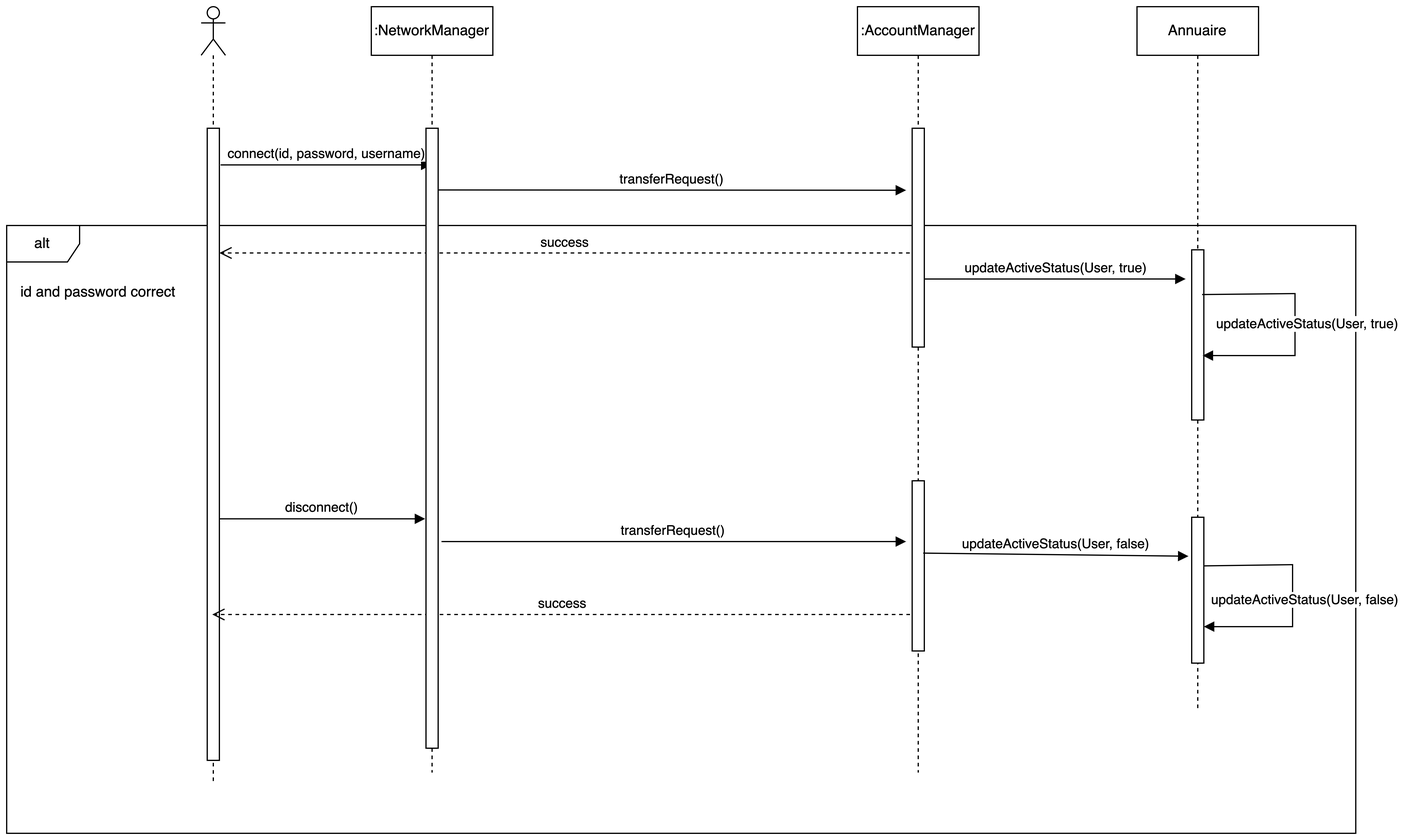
mousssse/ChatApp keeps this draw.io diagram as Conception/Sequence Diagrams/Connection and disconnection.png. Above is the earlier version. Source tidied: cells renumbered, new cells last; positions are measured from the earlier drawing's top-left corner, leaving out a move shared by most shapes.
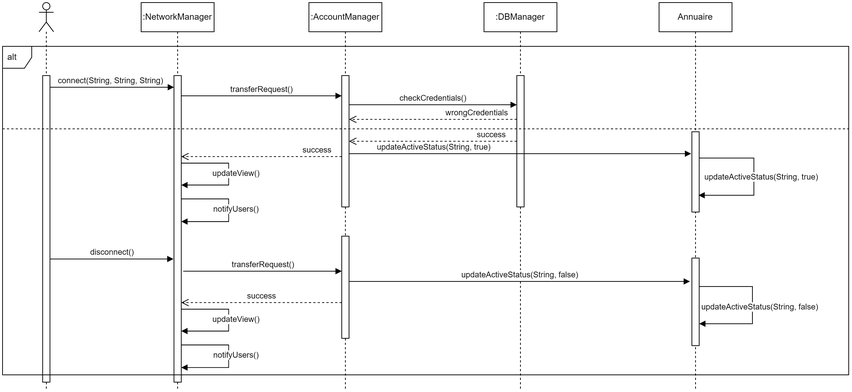
The same diagram one commit later.

What changed in the source:
```diff
@@ -2,94 +2,164 @@
   <root>
     <mxCell id="0" />
     <mxCell id="1" parent="0" />
-    <mxCell id="2" value="alt" style="shape=umlFrame;whiteSpace=wrap;html=1;" parent="1" vertex="1">
-      <mxGeometry y="180" width="1110" height="500" as="geometry" />
-    </mxCell>
     <mxCell id="3" style="shape=umlLifeline;participant=umlActor;perimeter=lifelinePerimeter;whiteSpace=wrap;html=1;verticalAlign=top;spacingTop=36;outlineConnect=0;" parent="1" vertex="1">
-      <mxGeometry x="160" width="20" height="640" as="geometry" />
+      <mxGeometry x="80" y="-10" width="20" height="530" as="geometry" />
     </mxCell>
     <mxCell id="4" style="html=1;points=[];perimeter=orthogonalPerimeter;" parent="3" vertex="1">
-      <mxGeometry x="5" y="100" width="10" height="520" as="geometry" />
+      <mxGeometry x="5" y="100" width="10" height="420" as="geometry" />
     </mxCell>
     <mxCell id="5" value=":AccountManager" style="shape=umlLifeline;perimeter=lifelinePerimeter;whiteSpace=wrap;html=1;" parent="1" vertex="1">
-      <mxGeometry x="700" width="100" height="630" as="geometry" />
+      <mxGeometry x="450" y="-10" width="100" height="530" as="geometry" />
     </mxCell>
     <mxCell id="6" style="html=1;points=[];perimeter=orthogonalPerimeter;" parent="5" vertex="1">
       <mxGeometry x="45" y="100" width="10" height="180" as="geometry" />
     </mxCell>
     <mxCell id="7" style="html=1;points=[];perimeter=orthogonalPerimeter;" parent="5" vertex="1">
-      <mxGeometry x="45" y="390" width="10" height="140" as="geometry" />
+      <mxGeometry x="45" y="320" width="10" height="140" as="geometry" />
     </mxCell>
-    <mxCell id="8" value="connect(id, password, username)" style="html=1;verticalAlign=bottom;endArrow=block;rounded=0;exitX=1.1;exitY=0.058;exitDx=0;exitDy=0;exitPerimeter=0;" parent="1" edge="1" source="4" target="20">
-      <mxGeometry relative="1" as="geometry" />
+    <mxCell id="8" value="connect(String, String, String)" style="html=1;verticalAlign=bottom;endArrow=block;rounded=0;" parent="1" edge="1">
+      <mxGeometry x="-0.03" relative="1" as="geometry">
+        <mxPoint x="95" y="106" as="sourcePoint" />
+        <mxPoint x="265" y="106" as="targetPoint" />
+      </mxGeometry>
     </mxCell>
-    <mxCell id="9" value="id and password correct" style="text;html=1;align=center;verticalAlign=middle;strokeColor=none;fillColor=none;" parent="1" vertex="1">
-      <mxGeometry y="220" width="150" height="30" as="geometry" />
-    </mxCell>
-    <mxCell id="10" value="updateActiveStatus(User, true)" style="html=1;verticalAlign=bottom;endArrow=block;rounded=0;exitX=1;exitY=0.689;exitDx=0;exitDy=0;exitPerimeter=0;" parent="1" edge="1" source="6">
-      <mxGeometry relative="1" as="geometry">
-        <mxPoint x="970" y="224" as="targetPoint" />
-      </mxGeometry>
-    </mxCell>
     <mxCell id="11" value="Annuaire" style="shape=umlLifeline;perimeter=lifelinePerimeter;whiteSpace=wrap;html=1;" parent="1" vertex="1">
-      <mxGeometry x="930" width="100" height="580" as="geometry" />
+      <mxGeometry x="930" y="-10" width="100" height="530" as="geometry" />
     </mxCell>
     <mxCell id="12" style="html=1;points=[];perimeter=orthogonalPerimeter;" parent="11" vertex="1">
-      <mxGeometry x="45" y="200" width="10" height="140" as="geometry" />
+      <mxGeometry x="45" y="177" width="10" height="110" as="geometry" />
     </mxCell>
-    <mxCell id="13" value="updateActiveStatus(User, true)" style="html=1;verticalAlign=bottom;endArrow=block;rounded=0;exitX=0.858;exitY=0.263;exitDx=0;exitDy=0;exitPerimeter=0;" parent="11" edge="1" source="12">
+    <mxCell id="13" value="updateActiveStatus(String, true)" style="html=1;verticalAlign=bottom;endArrow=block;rounded=0;" parent="11" edge="1" source="12">
       <mxGeometry x="0.09" y="10" relative="1" as="geometry">
-        <mxPoint x="54" y="287" as="targetPoint" />
+        <mxPoint x="54" y="264" as="targetPoint" />
         <Array as="points">
-          <mxPoint x="130" y="236" />
-          <mxPoint x="130" y="287" />
+          <mxPoint x="130" y="213" />
+          <mxPoint x="130" y="264" />
         </Array>
       </mxGeometry>
     </mxCell>
     <mxCell id="14" style="html=1;points=[];perimeter=orthogonalPerimeter;" parent="11" vertex="1">
-      <mxGeometry x="45" y="420" width="10" height="120" as="geometry" />
+      <mxGeometry x="45" y="350" width="10" height="120" as="geometry" />
     </mxCell>
-    <mxCell id="15" value="updateActiveStatus(User, false)" style="html=1;verticalAlign=bottom;endArrow=block;rounded=0;" parent="11" edge="1">
+    <mxCell id="15" value="updateActiveStatus(String, false)" style="html=1;verticalAlign=bottom;endArrow=block;rounded=0;" parent="11" edge="1" source="14">
       <mxGeometry x="0.12" y="10" relative="1" as="geometry">
-        <mxPoint x="55" y="460" as="sourcePoint" />
-        <mxPoint x="55" y="510" as="targetPoint" />
+        <mxPoint x="55" y="440" as="targetPoint" />
         <Array as="points">
-          <mxPoint x="128" y="459" />
-          <mxPoint x="128" y="510" />
+          <mxPoint x="128" y="389" />
+          <mxPoint x="128" y="440" />
         </Array>
       </mxGeometry>
     </mxCell>
-    <mxCell id="16" value="disconnect()" style="html=1;verticalAlign=bottom;endArrow=block;rounded=0;entryX=-0.067;entryY=0.63;entryDx=0;entryDy=0;entryPerimeter=0;" parent="1" edge="1" source="4" target="21">
-      <mxGeometry relative="1" as="geometry" />
+    <mxCell id="16" value="disconnect()" style="html=1;verticalAlign=bottom;endArrow=block;rounded=0;entryX=-0.067;entryY=0.63;entryDx=0;entryDy=0;entryPerimeter=0;" parent="1" edge="1">
+      <mxGeometry relative="1" as="geometry">
+        <mxPoint x="95" y="341.3" as="sourcePoint" />
+        <mxPoint x="264.3" y="341.3" as="targetPoint" />
+      </mxGeometry>
     </mxCell>
-    <mxCell id="17" value="updateActiveStatus(User, false)" style="html=1;verticalAlign=bottom;endArrow=block;rounded=0;exitX=0.911;exitY=0.425;exitDx=0;exitDy=0;exitPerimeter=0;entryX=-0.267;entryY=0.267;entryDx=0;entryDy=0;entryPerimeter=0;" parent="1" edge="1" source="7" target="14">
-      <mxGeometry relative="1" as="geometry" />
-    </mxCell>
-    <mxCell id="18" value="success" style="html=1;verticalAlign=bottom;endArrow=open;dashed=1;endSize=8;rounded=0;exitX=-0.2;exitY=0.57;exitDx=0;exitDy=0;exitPerimeter=0;" parent="1" edge="1" source="6" target="4">
-      <mxGeometry relative="1" as="geometry" />
-    </mxCell>
-    <mxCell id="19" value="success" style="html=1;verticalAlign=bottom;endArrow=open;dashed=1;endSize=8;rounded=0;" parent="1" edge="1" target="3">
+    <mxCell id="19" value="success" style="html=1;verticalAlign=bottom;endArrow=open;dashed=1;endSize=8;rounded=0;" parent="1" edge="1">
       <mxGeometry relative="1" as="geometry">
-        <mxPoint x="743.3" y="500" as="sourcePoint" />
+        <mxPoint x="495" y="401" as="sourcePoint" />
+        <mxPoint x="275" y="401" as="targetPoint" />
       </mxGeometry>
     </mxCell>
     <mxCell id="20" value=":NetworkManager" style="shape=umlLifeline;perimeter=lifelinePerimeter;whiteSpace=wrap;html=1;outlineConnect=0;" parent="1" vertex="1">
-      <mxGeometry x="300" width="100" height="630" as="geometry" />
+      <mxGeometry x="220" y="-10" width="100" height="530" as="geometry" />
     </mxCell>
     <mxCell id="21" style="html=1;points=[];perimeter=orthogonalPerimeter;" parent="20" vertex="1">
-      <mxGeometry x="45" y="100" width="10" height="510" as="geometry" />
+      <mxGeometry x="45" y="100" width="10" height="420" as="geometry" />
     </mxCell>
     <mxCell id="22" value="transferRequest()" style="html=1;verticalAlign=bottom;endArrow=block;rounded=0;exitX=1.1;exitY=0.058;exitDx=0;exitDy=0;exitPerimeter=0;" parent="20" edge="1">
       <mxGeometry relative="1" as="geometry">
-        <mxPoint x="55" y="150.8" as="sourcePoint" />
-        <mxPoint x="440" y="151" as="targetPoint" />
+        <mxPoint x="55" y="127.8" as="sourcePoint" />
+        <mxPoint x="275" y="127.8" as="targetPoint" />
       </mxGeometry>
     </mxCell>
+    <mxCell id="24" value="notifyUsers()" style="html=1;verticalAlign=bottom;endArrow=block;rounded=0;" parent="20" edge="1" target="21">
+      <mxGeometry x="0.09" y="10" relative="1" as="geometry">
+        <mxPoint x="55" y="269" as="sourcePoint" />
+        <Array as="points">
+          <mxPoint x="120" y="269" />
+          <mxPoint x="120" y="300" />
+        </Array>
+      </mxGeometry>
+    </mxCell>
+    <mxCell id="25" value="notifyUsers()" style="html=1;verticalAlign=bottom;endArrow=block;rounded=0;" parent="20" edge="1" target="21">
+      <mxGeometry x="0.09" y="10" relative="1" as="geometry">
+        <mxPoint x="55" y="469" as="sourcePoint" />
+        <Array as="points">
+          <mxPoint x="120" y="469" />
+          <mxPoint x="120" y="500" />
+        </Array>
+      </mxGeometry>
+    </mxCell>
+    <mxCell id="26" value="updateView()" style="html=1;verticalAlign=bottom;endArrow=block;rounded=0;" parent="20" edge="1" target="21">
+      <mxGeometry x="0.09" y="10" relative="1" as="geometry">
+        <mxPoint x="55" y="220" as="sourcePoint" />
+        <Array as="points">
+          <mxPoint x="120" y="220" />
+          <mxPoint x="120" y="250" />
+        </Array>
+      </mxGeometry>
+    </mxCell>
+    <mxCell id="27" value="updateView()" style="html=1;verticalAlign=bottom;endArrow=block;rounded=0;" parent="20" edge="1" target="21">
+      <mxGeometry x="0.09" y="10" relative="1" as="geometry">
+        <mxPoint x="55" y="420" as="sourcePoint" />
+        <Array as="points">
+          <mxPoint x="120" y="420" />
+          <mxPoint x="120" y="450" />
+        </Array>
+      </mxGeometry>
+    </mxCell>
     <mxCell id="23" value="transferRequest()" style="html=1;verticalAlign=bottom;endArrow=block;rounded=0;exitX=1.1;exitY=0.058;exitDx=0;exitDy=0;exitPerimeter=0;" parent="1" edge="1">
       <mxGeometry relative="1" as="geometry">
-        <mxPoint x="357.8" y="440" as="sourcePoint" />
-        <mxPoint x="740" y="440" as="targetPoint" />
+        <mxPoint x="277.8" y="358" as="sourcePoint" />
+        <mxPoint x="495" y="358" as="targetPoint" />
       </mxGeometry>
     </mxCell>
+    <mxCell id="18" value="success" style="html=1;verticalAlign=bottom;endArrow=open;dashed=1;endSize=8;rounded=0;" parent="1" edge="1">
+      <mxGeometry x="-0.7" relative="1" as="geometry">
+        <mxPoint x="495" y="201" as="sourcePoint" />
+        <mxPoint x="275" y="201" as="targetPoint" />
+      </mxGeometry>
+    </mxCell>
+    <mxCell id="28" value=":DBManager" style="shape=umlLifeline;perimeter=lifelinePerimeter;whiteSpace=wrap;html=1;" parent="1" vertex="1">
+      <mxGeometry x="690" y="-10" width="100" height="530" as="geometry" />
+    </mxCell>
+    <mxCell id="29" style="html=1;perimeter=orthogonalPerimeter;" parent="28" vertex="1">
+      <mxGeometry x="45" y="100" width="10" height="180" as="geometry" />
+    </mxCell>
+    <mxCell id="10" value="updateActiveStatus(String, true)" style="html=1;verticalAlign=bottom;endArrow=block;rounded=0;" parent="1" edge="1">
+      <mxGeometry x="-0.51" relative="1" as="geometry">
+        <mxPoint x="505" y="197" as="sourcePoint" />
+        <mxPoint x="974" y="197" as="targetPoint" />
+      </mxGeometry>
+    </mxCell>
+    <mxCell id="30" value="checkCredentials()" style="html=1;verticalAlign=bottom;endArrow=block;rounded=0;" parent="1" edge="1">
+      <mxGeometry relative="1" as="geometry">
+        <mxPoint x="505" y="130" as="sourcePoint" />
+        <mxPoint x="735" y="130" as="targetPoint" />
+      </mxGeometry>
+    </mxCell>
+    <mxCell id="31" value="wrongCredentials" style="html=1;verticalAlign=bottom;endArrow=open;dashed=1;endSize=8;rounded=0;" parent="1" edge="1">
+      <mxGeometry x="-0.52" relative="1" as="geometry">
+        <mxPoint x="735" y="150" as="sourcePoint" />
+        <mxPoint x="505" y="150" as="targetPoint" />
+      </mxGeometry>
+    </mxCell>
+    <mxCell id="32" value="success" style="html=1;verticalAlign=bottom;endArrow=open;dashed=1;endSize=8;rounded=0;" parent="1" edge="1">
+      <mxGeometry x="-0.7" relative="1" as="geometry">
+        <mxPoint x="735" y="180" as="sourcePoint" />
+        <mxPoint x="505" y="180" as="targetPoint" />
+      </mxGeometry>
+    </mxCell>
+    <mxCell id="17" value="updateActiveStatus(String, false)" style="html=1;verticalAlign=bottom;endArrow=block;rounded=0;entryX=-0.267;entryY=0.267;entryDx=0;entryDy=0;entryPerimeter=0;" parent="1" edge="1" source="7" target="14">
+      <mxGeometry relative="1" as="geometry" />
+    </mxCell>
+    <mxCell id="2" value="alt" style="shape=umlFrame;whiteSpace=wrap;html=1;width=40;height=30;boundedLbl=1;verticalAlign=middle;align=left;spacingLeft=5;" parent="1" vertex="1">
+      <mxGeometry x="30" y="50" width="1160" height="450" as="geometry" />
+    </mxCell>
+    <mxCell id="33" style="line;strokeWidth=1;dashed=1;labelPosition=center;verticalLabelPosition=bottom;align=left;verticalAlign=top;spacingLeft=20;spacingTop=15;" parent="1" vertex="1">
+      <mxGeometry x="30" y="158" width="1160" height="10" as="geometry" />
+    </mxCell>
   </root>
 </mxGraphModel>
```
